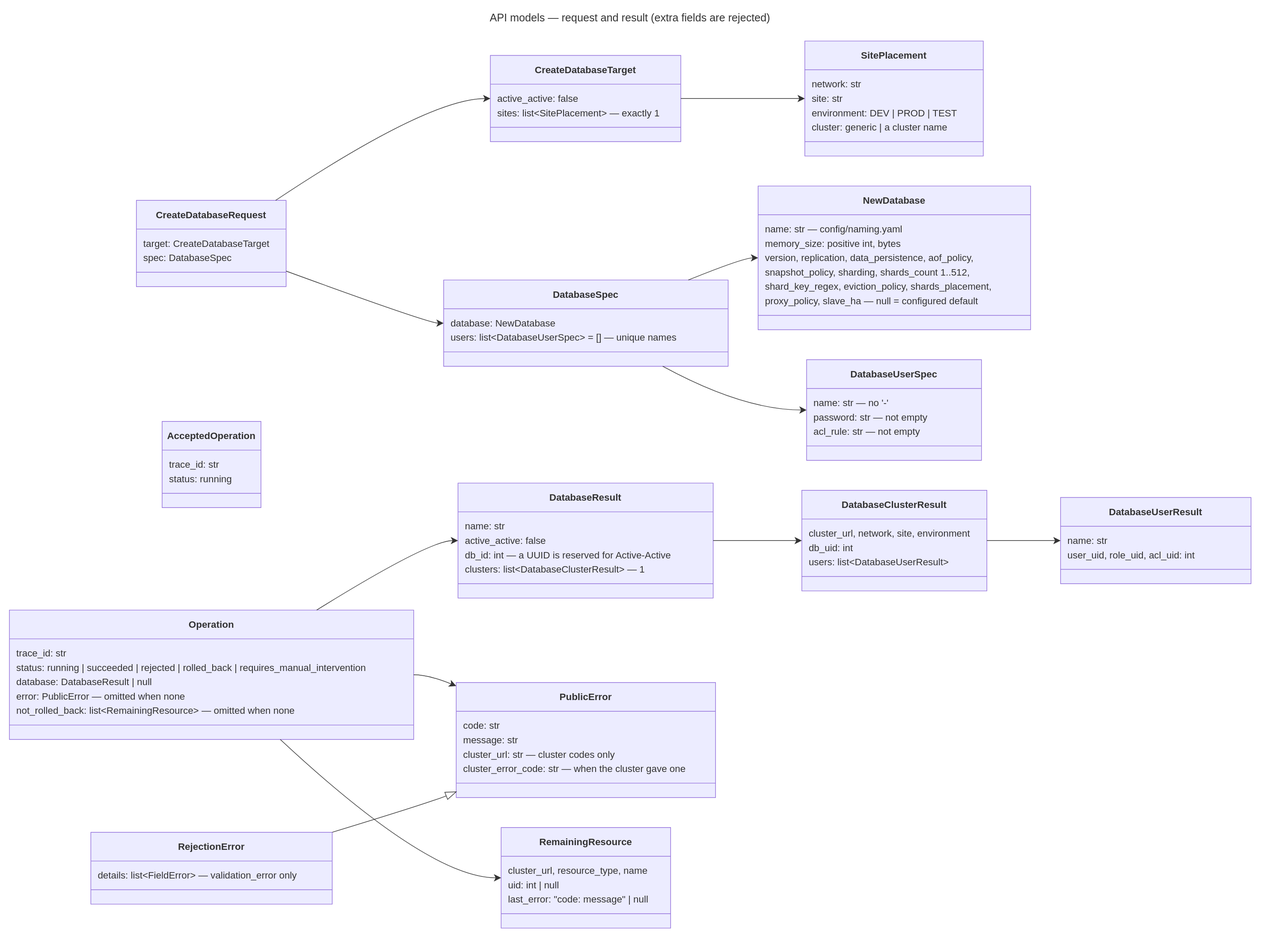
Before: docs/diagrams/19-api-models-create.drawio.svg, a diagram exported from draw.io (EliShteinman/redis-enterprise-services). Source tidied: cells renumbered, new cells last; positions are measured from the earlier drawing's top-left corner, leaving out a move shared by most shapes.
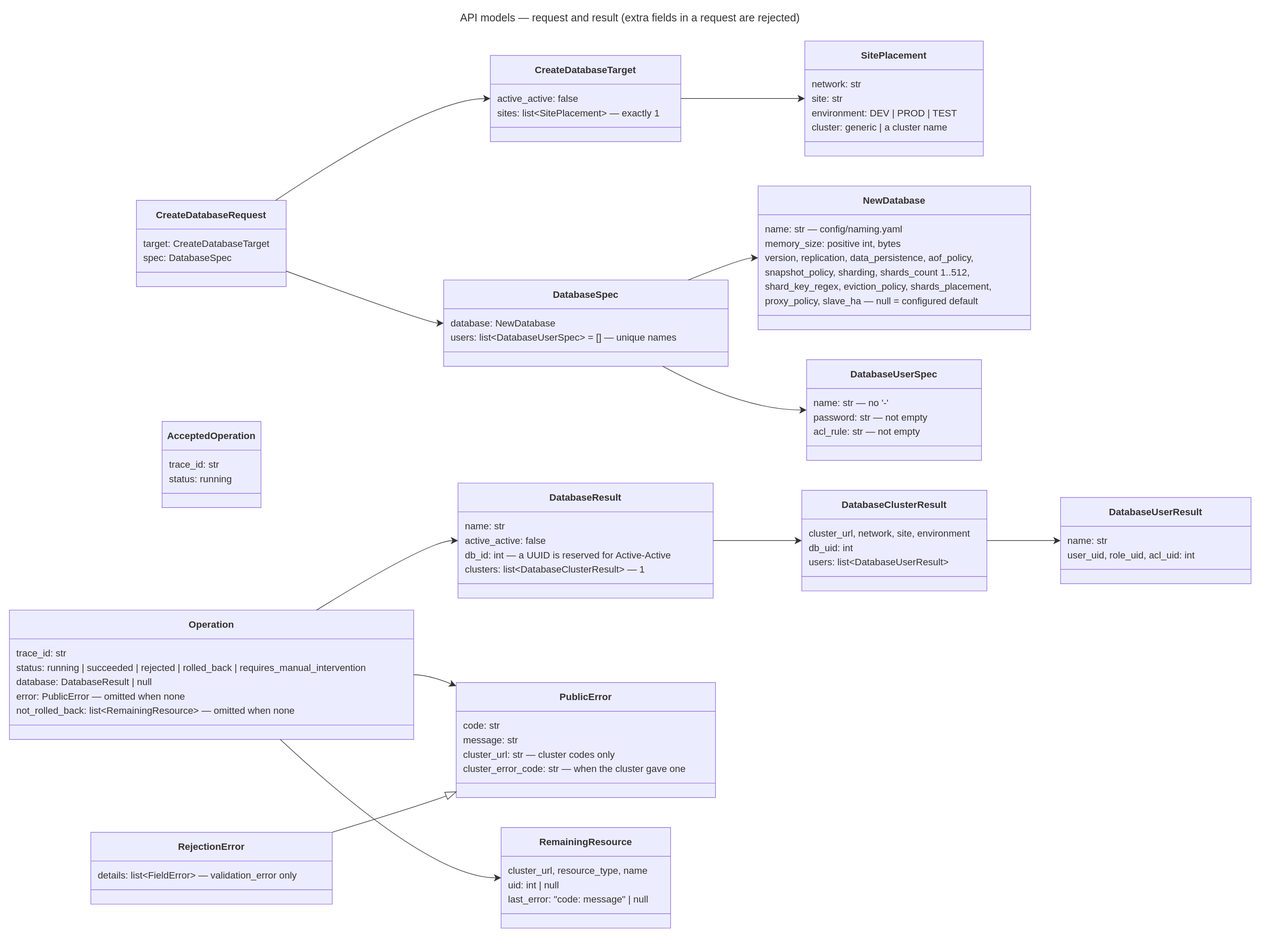
Later version of the same file.

The edit, as a diff of the source:
```diff
@@ -280,7 +280,7 @@
         </Array>
       </mxGeometry>
     </mxCell>
-    <mxCell id="84" value="API models — request and result (extra fields are rejected)" style="text;strokeColor=none;fillColor=none;align=center;verticalAlign=middle;fontSize=18;fontColor=light-dark(#333333,#cccccc);fontFamily=trebuchet ms,verdana,arial,sans-serif;" parent="1" vertex="1">
+    <mxCell id="84" value="API models — request and result (extra fields in a request are rejected)" style="text;strokeColor=none;fillColor=none;align=center;verticalAlign=middle;fontSize=18;fontColor=light-dark(#333333,#cccccc);fontFamily=trebuchet ms,verdana,arial,sans-serif;" parent="1" vertex="1">
       <mxGeometry width="2073" height="25" as="geometry" />
     </mxCell>
   </root>
```
